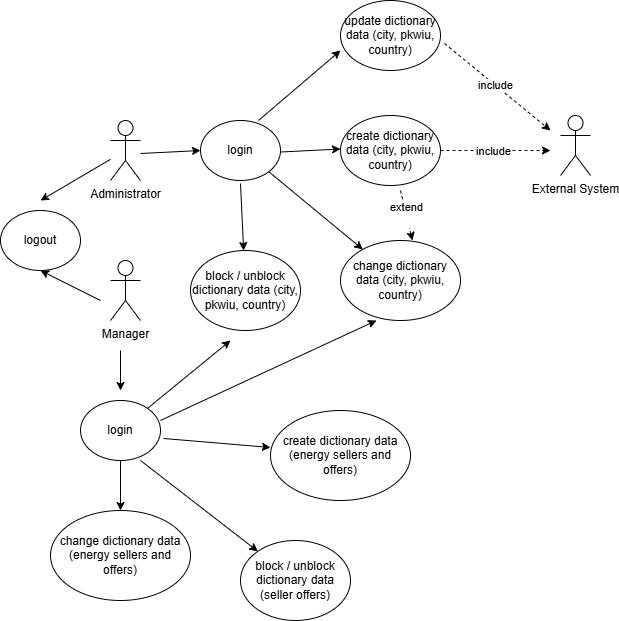
Above: documentation/images/use_case_dictionary_management.png in RockPiryt/EnerLink (draw.io), before the change. Source tidied: cells renumbered, new cells last; positions are measured from the earlier drawing's top-left corner, leaving out a move shared by most shapes.
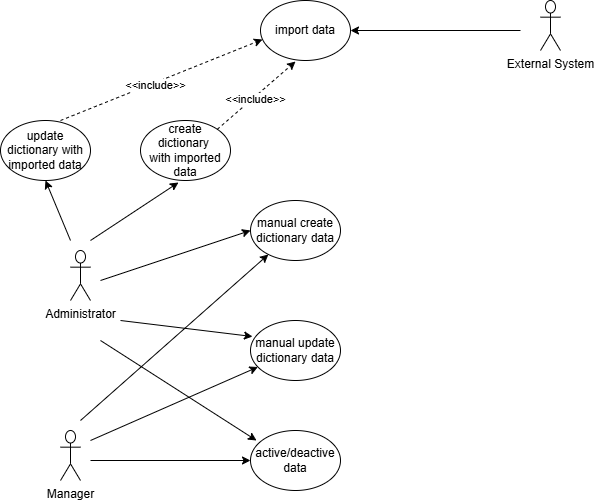
Above is the later version.

What changed in the source:
```diff
@@ -3,125 +3,88 @@
     <mxCell id="0" />
     <mxCell id="1" parent="0" />
     <mxCell id="2" value="Administrator" style="shape=umlActor;verticalLabelPosition=bottom;verticalAlign=top;html=1;outlineConnect=0;" parent="1" vertex="1">
-      <mxGeometry x="110" y="120" width="30" height="60" as="geometry" />
+      <mxGeometry x="120" y="240" width="20" height="50" as="geometry" />
     </mxCell>
     <mxCell id="3" value="Manager" style="shape=umlActor;verticalLabelPosition=bottom;verticalAlign=top;html=1;" parent="1" vertex="1">
-      <mxGeometry x="110" y="260" width="30" height="60" as="geometry" />
+      <mxGeometry x="110" y="420" width="20" height="50" as="geometry" />
     </mxCell>
+    <mxCell id="34" value="create dictionary&amp;nbsp;&lt;div&gt;with imported data&lt;/div&gt;" style="ellipse;whiteSpace=wrap;html=1;" parent="1" vertex="1">
+      <mxGeometry x="190" y="110" width="90" height="60" as="geometry" />
+    </mxCell>
+    <mxCell id="35" value="update dictionary with imported data" style="ellipse;whiteSpace=wrap;html=1;" parent="1" vertex="1">
+      <mxGeometry x="50" y="110" width="90" height="60" as="geometry" />
+    </mxCell>
+    <mxCell id="36" value="import data" style="ellipse;whiteSpace=wrap;html=1;" parent="1" vertex="1">
+      <mxGeometry x="310" y="-10" width="90" height="60" as="geometry" />
+    </mxCell>
     <mxCell id="4" value="External System" style="shape=umlActor;verticalLabelPosition=bottom;verticalAlign=top;html=1;" parent="1" vertex="1">
-      <mxGeometry x="560" y="115" width="30" height="60" as="geometry" />
+      <mxGeometry x="590" y="-10" width="20" height="50" as="geometry" />
     </mxCell>
-    <mxCell id="5" value="login" style="ellipse;whiteSpace=wrap;html=1;" parent="1" vertex="1">
-      <mxGeometry x="200" y="120" width="80" height="60" as="geometry" />
-    </mxCell>
-    <mxCell id="6" style="endArrow=classic;html=1;rounded=0;" parent="1" edge="1">
-      <mxGeometry relative="1" as="geometry">
-        <mxPoint x="120" y="350" as="sourcePoint" />
-        <mxPoint x="120" y="390" as="targetPoint" />
-      </mxGeometry>
-    </mxCell>
-    <mxCell id="7" style="endArrow=classic;html=1;rounded=0;entryX=0;entryY=0.5;entryDx=0;entryDy=0;" parent="1" edge="1" target="5">
-      <mxGeometry relative="1" as="geometry">
-        <mxPoint x="140" y="153" as="sourcePoint" />
-      </mxGeometry>
-    </mxCell>
-    <mxCell id="8" value="logout" style="ellipse;whiteSpace=wrap;html=1;" parent="1" vertex="1">
-      <mxGeometry y="210" width="80" height="60" as="geometry" />
-    </mxCell>
-    <mxCell id="9" style="endArrow=classic;html=1;rounded=0;entryX=0.5;entryY=1;entryDx=0;entryDy=0;" parent="1" edge="1" target="8">
-      <mxGeometry relative="1" as="geometry">
-        <mxPoint x="100" y="300" as="sourcePoint" />
-      </mxGeometry>
-    </mxCell>
-    <mxCell id="10" style="endArrow=classic;html=1;rounded=0;" parent="1" edge="1" source="2">
-      <mxGeometry relative="1" as="geometry">
-        <mxPoint x="40" y="200" as="targetPoint" />
-      </mxGeometry>
-    </mxCell>
-    <mxCell id="11" value="create dictionary data (city, pkwiu, country)" style="ellipse;whiteSpace=wrap;html=1;" parent="1" vertex="1">
-      <mxGeometry x="340" y="115" width="100" height="70" as="geometry" />
-    </mxCell>
-    <mxCell id="12" style="endArrow=classic;html=1;rounded=0;entryX=0;entryY=0.5;entryDx=0;entryDy=0;" parent="1" edge="1">
-      <mxGeometry relative="1" as="geometry">
-        <mxPoint x="280" y="151.5" as="sourcePoint" />
-        <mxPoint x="340" y="148.5" as="targetPoint" />
-      </mxGeometry>
-    </mxCell>
-    <mxCell id="13" style="endArrow=classic;html=1;rounded=0;dashed=1;" parent="1" edge="1">
-      <mxGeometry relative="1" as="geometry">
-        <mxPoint x="440" y="150" as="sourcePoint" />
-        <mxPoint x="550" y="150" as="targetPoint" />
-      </mxGeometry>
-    </mxCell>
-    <mxCell id="14" value="include" style="edgeLabel;html=1;align=center;verticalAlign=middle;" parent="13" vertex="1">
-      <mxGeometry x="-0.05" relative="1" as="geometry" />
-    </mxCell>
-    <mxCell id="15" value="update dictionary data (city, pkwiu, country)" style="ellipse;whiteSpace=wrap;html=1;" parent="1" vertex="1">
-      <mxGeometry x="340" width="100" height="70" as="geometry" />
-    </mxCell>
-    <mxCell id="16" style="endArrow=classic;html=1;rounded=0;entryX=0;entryY=0.5;entryDx=0;entryDy=0;exitX=0.725;exitY=0;exitDx=0;exitDy=0;exitPerimeter=0;" parent="1" edge="1" source="5">
-      <mxGeometry relative="1" as="geometry">
-        <mxPoint x="340" y="50" as="targetPoint" />
-      </mxGeometry>
-    </mxCell>
-    <mxCell id="17" style="endArrow=classic;html=1;rounded=0;dashed=1;exitX=1.04;exitY=0.614;exitDx=0;exitDy=0;exitPerimeter=0;" parent="1" edge="1" source="15">
-      <mxGeometry relative="1" as="geometry">
-        <mxPoint x="550" y="130" as="targetPoint" />
-      </mxGeometry>
-    </mxCell>
-    <mxCell id="18" value="include" style="edgeLabel;html=1;align=center;verticalAlign=middle;" parent="17" vertex="1">
-      <mxGeometry x="-0.05" relative="1" as="geometry" />
-    </mxCell>
-    <mxCell id="19" value="change dictionary data (city, pkwiu, country)" style="ellipse;whiteSpace=wrap;html=1;" parent="1" vertex="1">
-      <mxGeometry x="340" y="240" width="120" height="80" as="geometry" />
-    </mxCell>
-    <mxCell id="20" style="endArrow=classic;html=1;rounded=0;exitX=1;exitY=1;exitDx=0;exitDy=0;" parent="1" edge="1" source="5" target="19">
-      <mxGeometry relative="1" as="geometry" />
-    </mxCell>
-    <mxCell id="21" style="endArrow=classic;html=1;rounded=0;dashed=1;entryX=0.6;entryY=0;entryDx=0;entryDy=0;entryPerimeter=0;" parent="1" edge="1" target="19">
-      <mxGeometry relative="1" as="geometry">
-        <mxPoint x="400" y="190" as="sourcePoint" />
-      </mxGeometry>
-    </mxCell>
-    <mxCell id="22" value="extend&lt;div&gt;&lt;br&gt;&lt;/div&gt;" style="edgeLabel;html=1;align=center;verticalAlign=middle;" parent="21" vertex="1">
-      <mxGeometry x="-0.05" relative="1" as="geometry" />
-    </mxCell>
-    <mxCell id="23" value="block / unblock dictionary data (city, pkwiu, country)" style="ellipse;whiteSpace=wrap;html=1;" parent="1" vertex="1">
-      <mxGeometry x="190" y="250" width="110" height="80" as="geometry" />
-    </mxCell>
-    <mxCell id="24" style="endArrow=classic;html=1;rounded=0;exitX=1;exitY=1;exitDx=0;exitDy=0;" parent="1" edge="1" target="23">
-      <mxGeometry relative="1" as="geometry">
-        <mxPoint x="240" y="183" as="sourcePoint" />
-      </mxGeometry>
-    </mxCell>
-    <mxCell id="25" value="login" style="ellipse;whiteSpace=wrap;html=1;" parent="1" vertex="1">
-      <mxGeometry x="80" y="400" width="80" height="60" as="geometry" />
-    </mxCell>
-    <mxCell id="26" style="endArrow=classic;html=1;rounded=0;" parent="1" edge="1" source="25">
-      <mxGeometry relative="1" as="geometry">
-        <mxPoint x="230" y="340" as="targetPoint" />
-      </mxGeometry>
-    </mxCell>
-    <mxCell id="27" style="endArrow=classic;html=1;rounded=0;exitX=1;exitY=0.333;exitDx=0;exitDy=0;exitPerimeter=0;entryX=0.3;entryY=1;entryDx=0;entryDy=0;entryPerimeter=0;" parent="1" edge="1" source="25" target="19">
-      <mxGeometry relative="1" as="geometry" />
-    </mxCell>
-    <mxCell id="28" value="create dictionary data (energy sellers and offers)" style="ellipse;whiteSpace=wrap;html=1;" parent="1" vertex="1">
-      <mxGeometry x="270" y="410" width="140" height="90" as="geometry" />
-    </mxCell>
-    <mxCell id="29" style="endArrow=classic;html=1;rounded=0;exitX=1.038;exitY=0.633;exitDx=0;exitDy=0;exitPerimeter=0;entryX=0;entryY=0.411;entryDx=0;entryDy=0;entryPerimeter=0;" parent="1" edge="1" source="25" target="28">
-      <mxGeometry relative="1" as="geometry" />
-    </mxCell>
-    <mxCell id="30" value="change dictionary data (energy sellers and offers)" style="ellipse;whiteSpace=wrap;html=1;" parent="1" vertex="1">
-      <mxGeometry x="50" y="510" width="140" height="90" as="geometry" />
-    </mxCell>
-    <mxCell id="31" style="endArrow=classic;html=1;rounded=0;exitX=0.5;exitY=1;exitDx=0;exitDy=0;entryX=0.5;entryY=0;entryDx=0;entryDy=0;" parent="1" edge="1" source="25" target="30">
-      <mxGeometry relative="1" as="geometry" />
-    </mxCell>
-    <mxCell id="32" value="block / unblock dictionary data (seller offers)" style="ellipse;whiteSpace=wrap;html=1;" parent="1" vertex="1">
-      <mxGeometry x="240" y="540" width="110" height="80" as="geometry" />
-    </mxCell>
-    <mxCell id="33" style="endArrow=classic;html=1;rounded=0;exitX=0.75;exitY=1;exitDx=0;exitDy=0;exitPerimeter=0;" parent="1" edge="1" source="25" target="32">
-      <mxGeometry relative="1" as="geometry" />
-    </mxCell>
+    <mxCell id="37" value="manual create dictionary data" style="ellipse;whiteSpace=wrap;html=1;" parent="1" vertex="1">
+      <mxGeometry x="300" y="190" width="90" height="60" as="geometry" />
+    </mxCell>
+    <mxCell id="38" value="manual update dictionary data" style="ellipse;whiteSpace=wrap;html=1;" parent="1" vertex="1">
+      <mxGeometry x="300" y="310" width="90" height="60" as="geometry" />
+    </mxCell>
+    <mxCell id="39" value="active/deactive&lt;div&gt;data&lt;/div&gt;" style="ellipse;whiteSpace=wrap;html=1;" parent="1" vertex="1">
+      <mxGeometry x="300" y="420" width="90" height="60" as="geometry" />
+    </mxCell>
+    <mxCell id="40" style="endArrow=classic;html=1;rounded=0;entryX=0.5;entryY=1;entryDx=0;entryDy=0;" parent="1" edge="1" target="35">
+      <mxGeometry relative="1" as="geometry">
+        <mxPoint x="120" y="230" as="sourcePoint" />
+      </mxGeometry>
+    </mxCell>
+    <mxCell id="41" style="endArrow=classic;html=1;rounded=0;entryX=0.422;entryY=1.033;entryDx=0;entryDy=0;entryPerimeter=0;" parent="1" edge="1" target="34">
+      <mxGeometry relative="1" as="geometry">
+        <mxPoint x="140" y="230" as="sourcePoint" />
+      </mxGeometry>
+    </mxCell>
+    <mxCell id="42" style="endArrow=classic;html=1;rounded=0;entryX=1;entryY=0.5;entryDx=0;entryDy=0;" parent="1" edge="1" target="36">
+      <mxGeometry relative="1" as="geometry">
+        <mxPoint x="570" y="20" as="sourcePoint" />
+      </mxGeometry>
+    </mxCell>
+    <mxCell id="43" style="endArrow=classic;html=1;rounded=0;entryX=0;entryY=0.5;entryDx=0;entryDy=0;" parent="1" edge="1" target="37">
+      <mxGeometry relative="1" as="geometry">
+        <mxPoint x="150" y="270" as="sourcePoint" />
+      </mxGeometry>
+    </mxCell>
+    <mxCell id="44" style="endArrow=classic;html=1;rounded=0;entryX=0.022;entryY=0.267;entryDx=0;entryDy=0;entryPerimeter=0;" parent="1" edge="1" target="38">
+      <mxGeometry relative="1" as="geometry">
+        <mxPoint x="170" y="310" as="sourcePoint" />
+      </mxGeometry>
+    </mxCell>
+    <mxCell id="45" style="endArrow=classic;html=1;rounded=0;" parent="1" edge="1" target="37">
+      <mxGeometry relative="1" as="geometry">
+        <mxPoint x="130" y="410" as="sourcePoint" />
+      </mxGeometry>
+    </mxCell>
+    <mxCell id="46" style="endArrow=classic;html=1;rounded=0;entryX=0.067;entryY=0.167;entryDx=0;entryDy=0;entryPerimeter=0;" parent="1" edge="1" target="39">
+      <mxGeometry relative="1" as="geometry">
+        <mxPoint x="150" y="330" as="sourcePoint" />
+      </mxGeometry>
+    </mxCell>
+    <mxCell id="47" style="endArrow=classic;html=1;rounded=0;entryX=0.022;entryY=0.65;entryDx=0;entryDy=0;dashed=1;entryPerimeter=0;exitX=0.667;exitY=0;exitDx=0;exitDy=0;exitPerimeter=0;" parent="1" edge="1" source="35" target="36">
+      <mxGeometry relative="1" as="geometry" />
+    </mxCell>
+    <mxCell id="48" value="&amp;lt;&amp;lt;include&amp;gt;&amp;gt;" style="edgeLabel;html=1;align=center;verticalAlign=middle;" parent="47" vertex="1">
+      <mxGeometry x="-0.07" y="-2" relative="1" as="geometry" />
+    </mxCell>
+    <mxCell id="49" style="endArrow=classic;html=1;rounded=0;entryX=0.389;entryY=1.017;entryDx=0;entryDy=0;dashed=1;entryPerimeter=0;exitX=1;exitY=0;exitDx=0;exitDy=0;" parent="1" edge="1" source="34" target="36">
+      <mxGeometry relative="1" as="geometry" />
+    </mxCell>
+    <mxCell id="50" value="&amp;lt;&amp;lt;include&amp;gt;&amp;gt;" style="edgeLabel;html=1;align=center;verticalAlign=middle;" parent="49" vertex="1">
+      <mxGeometry x="-0.07" y="-2" relative="1" as="geometry" />
+    </mxCell>
+    <mxCell id="51" style="endArrow=classic;html=1;rounded=0;" parent="1" edge="1" target="38">
+      <mxGeometry relative="1" as="geometry">
+        <mxPoint x="140" y="430" as="sourcePoint" />
+      </mxGeometry>
+    </mxCell>
+    <mxCell id="52" style="endArrow=classic;html=1;rounded=0;entryX=0;entryY=0.5;entryDx=0;entryDy=0;" parent="1" edge="1" target="39">
+      <mxGeometry relative="1" as="geometry">
+        <mxPoint x="140" y="450" as="sourcePoint" />
+      </mxGeometry>
+    </mxCell>
   </root>
 </mxGraphModel>
```
